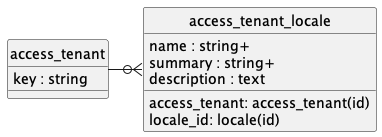
Earlier version of the PlantUML export doc/concepts/access_tenant/uml.png (contactopensource/contactopensource).
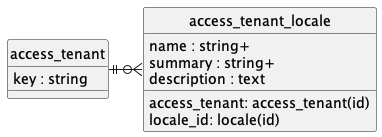
After the commit.

The edit, as a diff of the source:
```diff
@@ -15,6 +15,6 @@
     description : text
 }
 
-access_tenant -r-o{ access_tenant_locale
+access_tenant ||-r-o{ access_tenant_locale
 
 @enduml
```
